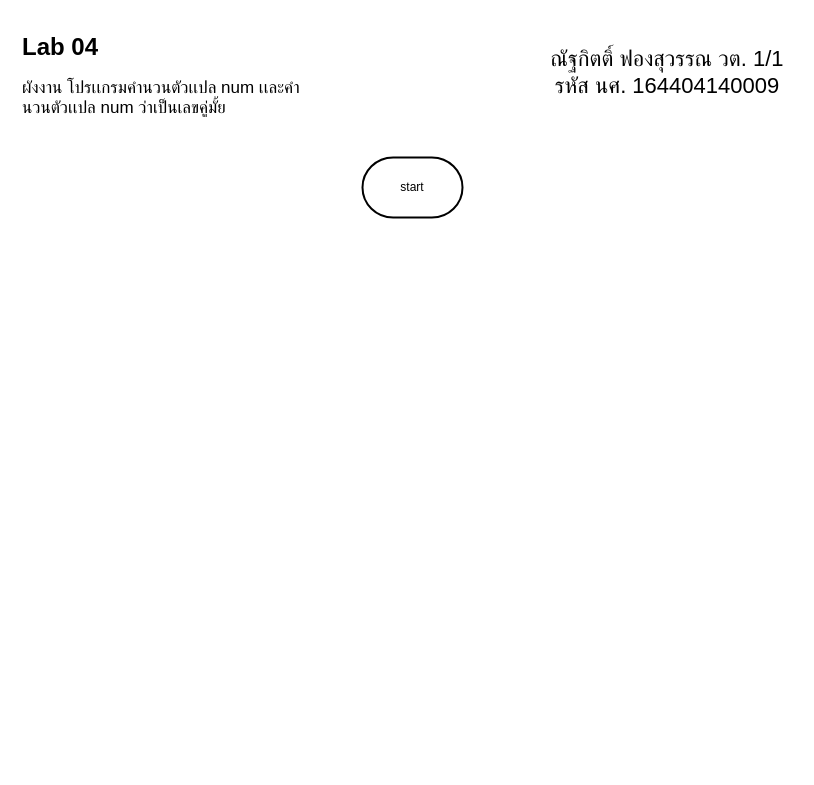
Above: LAB04.drawio in ENDERCAFe/Computer_Programming_Lab (draw.io), before the change. Source tidied: cells renumbered, new cells numbered last; positions are measured from the earlier drawing's top-left corner, leaving out a move shared by most shapes. Both pictures are drawn from the tidied source at 100%, with x=0, y=0 at pixel (17, 27).
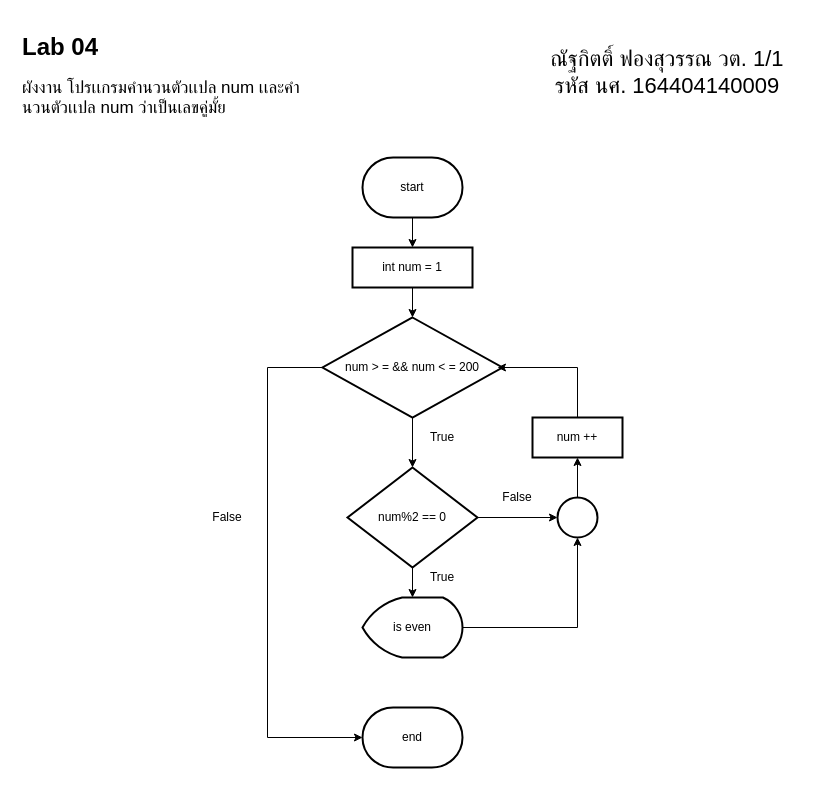
After the change.

The change refers to these unchanged cells:
```xml
<mxCell id="4" value="start" style="strokeWidth=2;html=1;shape=mxgraph.flowchart.terminator;whiteSpace=wrap;" parent="1" vertex="1">
  <mxGeometry x="345" y="130" width="100" height="60" as="geometry" />
</mxCell>
```

Diff of the diagram source:
```diff
@@
+    <mxCell id="5" style="edgeStyle=orthogonalEdgeStyle;rounded=0;jettySize=auto;html=1;" parent="1" edge="1" source="4" target="7">
+      <mxGeometry relative="1" as="geometry" />
+    </mxCell>
@@
+    <mxCell id="6" style="edgeStyle=orthogonalEdgeStyle;rounded=0;jettySize=auto;html=1;" parent="1" edge="1" source="7" target="10">
+      <mxGeometry relative="1" as="geometry" />
+    </mxCell>
+    <mxCell id="7" value="int num = 1" style="rounded=0;whiteSpace=wrap;html=1;strokeWidth=2;" parent="1" vertex="1">
+      <mxGeometry x="335" y="220" width="120" height="40" as="geometry" />
+    </mxCell>
+    <mxCell id="8" style="edgeStyle=orthogonalEdgeStyle;rounded=0;jettySize=auto;html=1;" parent="1" edge="1" source="10" target="13">
+      <mxGeometry relative="1" as="geometry" />
+    </mxCell>
+    <mxCell id="9" style="edgeStyle=orthogonalEdgeStyle;rounded=0;jettySize=auto;html=1;entryX=0;entryY=0.5;entryDx=0;entryDy=0;entryPerimeter=0;" parent="1" edge="1" source="10" target="20">
+      <mxGeometry relative="1" as="geometry">
+        <Array as="points">
+          <mxPoint x="250" y="340" />
+          <mxPoint x="250" y="710" />
+        </Array>
+      </mxGeometry>
+    </mxCell>
+    <mxCell id="10" value="num &amp;gt; = &amp;amp;&amp;amp; num &amp;lt; = 200" style="strokeWidth=2;html=1;shape=mxgraph.flowchart.decision;whiteSpace=wrap;" parent="1" vertex="1">
+      <mxGeometry x="305" y="290" width="180" height="100" as="geometry" />
+    </mxCell>
+    <mxCell id="11" style="edgeStyle=orthogonalEdgeStyle;rounded=0;jettySize=auto;html=1;" parent="1" edge="1" source="13" target="15">
+      <mxGeometry relative="1" as="geometry" />
+    </mxCell>
+    <mxCell id="12" style="edgeStyle=orthogonalEdgeStyle;rounded=0;jettySize=auto;html=1;" parent="1" edge="1" source="13" target="17">
+      <mxGeometry relative="1" as="geometry" />
+    </mxCell>
+    <mxCell id="13" value="&lt;span&gt;num%2 == 0&lt;/span&gt;" style="strokeWidth=2;html=1;shape=mxgraph.flowchart.decision;whiteSpace=wrap;" parent="1" vertex="1">
+      <mxGeometry x="330" y="440" width="130" height="100" as="geometry" />
+    </mxCell>
+    <mxCell id="14" style="edgeStyle=orthogonalEdgeStyle;rounded=0;jettySize=auto;html=1;entryX=0.5;entryY=1;entryDx=0;entryDy=0;entryPerimeter=0;" parent="1" edge="1" source="15" target="17">
+      <mxGeometry relative="1" as="geometry">
+        <Array as="points">
+          <mxPoint x="560" y="600" />
+        </Array>
+      </mxGeometry>
+    </mxCell>
+    <mxCell id="15" value="is even" style="strokeWidth=2;html=1;shape=mxgraph.flowchart.display;whiteSpace=wrap;" parent="1" vertex="1">
+      <mxGeometry x="345" y="570" width="100" height="60" as="geometry" />
+    </mxCell>
+    <mxCell id="16" style="edgeStyle=orthogonalEdgeStyle;rounded=0;jettySize=auto;html=1;" parent="1" edge="1" source="17" target="19">
+      <mxGeometry relative="1" as="geometry" />
+    </mxCell>
+    <mxCell id="17" style="verticalLabelPosition=bottom;verticalAlign=top;html=1;shape=mxgraph.flowchart.on-page_reference;strokeWidth=2;" parent="1" vertex="1">
+      <mxGeometry x="540" y="470" width="40" height="40" as="geometry" />
+    </mxCell>
+    <mxCell id="18" style="edgeStyle=orthogonalEdgeStyle;rounded=0;jettySize=auto;html=1;entryX=0.972;entryY=0.5;entryDx=0;entryDy=0;entryPerimeter=0;" parent="1" edge="1" source="19" target="10">
+      <mxGeometry relative="1" as="geometry">
+        <Array as="points">
+          <mxPoint x="560" y="340" />
+        </Array>
+      </mxGeometry>
+    </mxCell>
+    <mxCell id="19" value="num ++" style="rounded=0;whiteSpace=wrap;html=1;strokeWidth=2;" parent="1" vertex="1">
+      <mxGeometry x="515" y="390" width="90" height="40" as="geometry" />
+    </mxCell>
+    <mxCell id="20" value="end" style="strokeWidth=2;html=1;shape=mxgraph.flowchart.terminator;whiteSpace=wrap;" parent="1" vertex="1">
+      <mxGeometry x="345" y="680" width="100" height="60" as="geometry" />
+    </mxCell>
+    <mxCell id="21" value="False" style="text;html=1;strokeColor=none;fillColor=none;align=center;verticalAlign=middle;whiteSpace=wrap;rounded=0;" parent="1" vertex="1">
+      <mxGeometry x="190" y="480" width="40" height="20" as="geometry" />
+    </mxCell>
+    <mxCell id="22" value="True" style="text;html=1;strokeColor=none;fillColor=none;align=center;verticalAlign=middle;whiteSpace=wrap;rounded=0;" parent="1" vertex="1">
+      <mxGeometry x="405" y="400" width="40" height="20" as="geometry" />
+    </mxCell>
+    <mxCell id="23" value="True" style="text;html=1;strokeColor=none;fillColor=none;align=center;verticalAlign=middle;whiteSpace=wrap;rounded=0;" parent="1" vertex="1">
+      <mxGeometry x="405" y="540" width="40" height="20" as="geometry" />
+    </mxCell>
+    <mxCell id="24" value="False" style="text;html=1;strokeColor=none;fillColor=none;align=center;verticalAlign=middle;whiteSpace=wrap;rounded=0;" parent="1" vertex="1">
+      <mxGeometry x="480" y="460" width="40" height="20" as="geometry" />
+    </mxCell>
```
